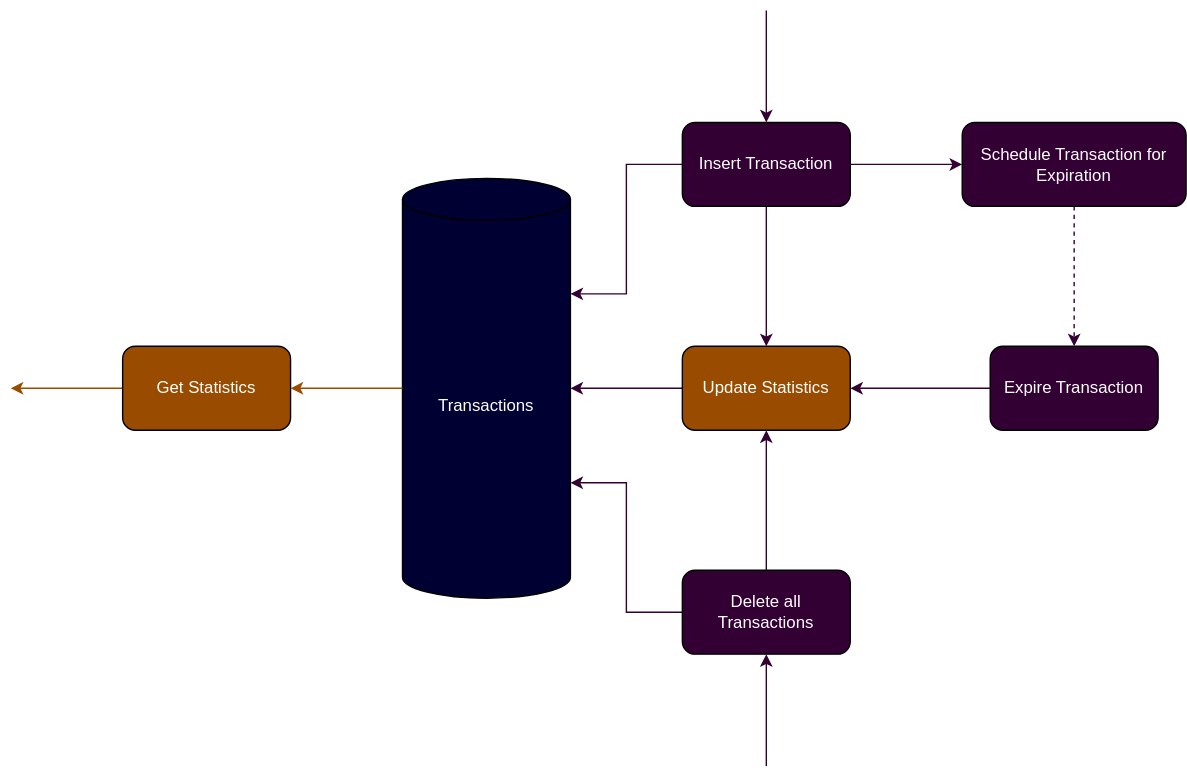
Before: docs/transaction.drawio.svg, a diagram exported from draw.io (Turao/n26-transactions). Source tidied: cells renumbered, new cells last; positions are measured from the earlier drawing's top-left corner, leaving out a move shared by most shapes.
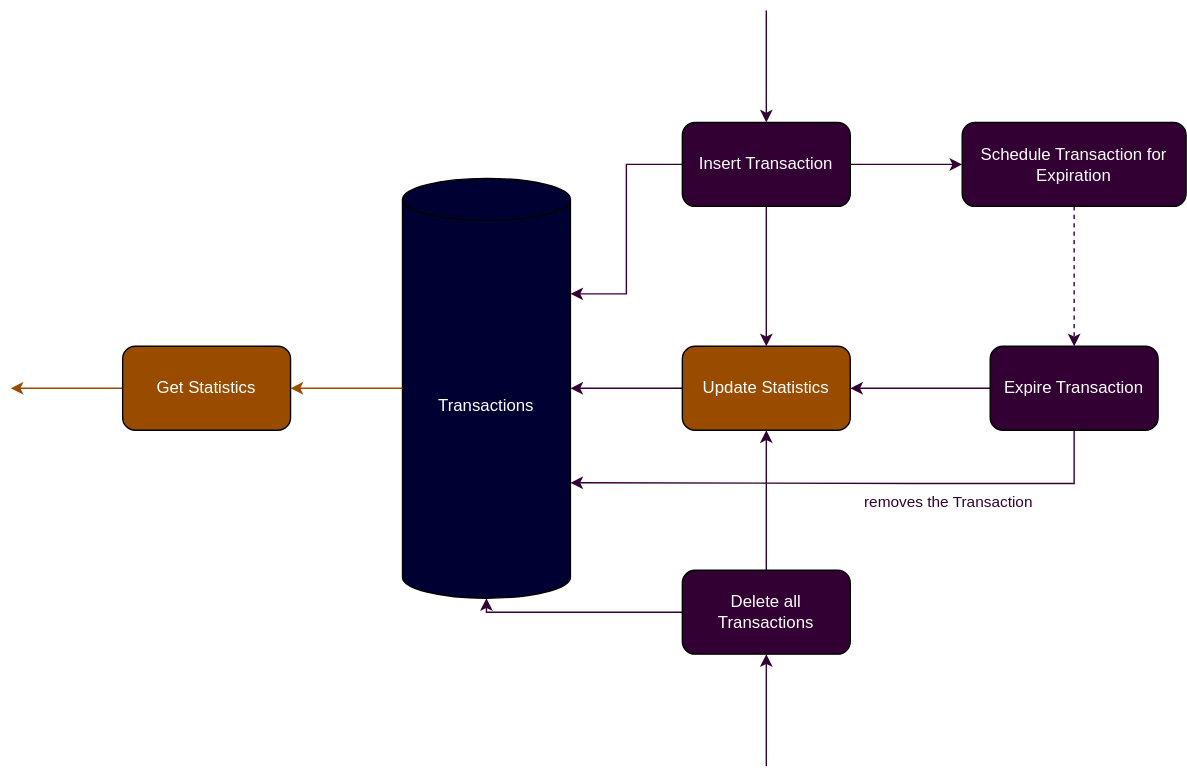
Above is the later version.

Commit message:
Mention that expired transactions get removed @ transaction diagram

Diff of the diagram source:
```diff
@@ -22,8 +22,12 @@
     <mxCell id="7" style="edgeStyle=orthogonalEdgeStyle;rounded=0;jettySize=auto;html=1;strokeColor=#330033;fontColor=#FFFFFF;" parent="1" edge="1" source="10" target="16">
       <mxGeometry relative="1" as="geometry" />
     </mxCell>
-    <mxCell id="8" style="edgeStyle=orthogonalEdgeStyle;rounded=0;jettySize=auto;html=1;strokeColor=#330033;entryX=1;entryY=0;entryDx=0;entryDy=217.5;entryPerimeter=0;fontColor=#FFFFFF;" parent="1" edge="1" source="10" target="17">
-      <mxGeometry relative="1" as="geometry" />
+    <mxCell id="8" style="edgeStyle=orthogonalEdgeStyle;rounded=0;jettySize=auto;html=1;strokeColor=#330033;fontColor=#FFFFFF;entryX=0.5;entryY=1;entryDx=0;entryDy=0;entryPerimeter=0;" parent="1" edge="1" source="10" target="17">
+      <mxGeometry relative="1" as="geometry">
+        <Array as="points">
+          <mxPoint x="340" y="430" />
+        </Array>
+      </mxGeometry>
     </mxCell>
     <mxCell id="9" style="edgeStyle=orthogonalEdgeStyle;rounded=0;jettySize=auto;html=1;startArrow=classic;startFill=1;endArrow=none;endFill=0;strokeColor=#330033;fontColor=#FFFFFF;" parent="1" edge="1" source="10">
       <mxGeometry relative="1" as="geometry">
@@ -36,6 +40,19 @@
     <mxCell id="11" style="edgeStyle=orthogonalEdgeStyle;rounded=0;jettySize=auto;html=1;strokeColor=#330033;entryX=1;entryY=0.5;entryDx=0;entryDy=0;fontColor=#FFFFFF;" parent="1" edge="1" source="12" target="16">
       <mxGeometry relative="1" as="geometry" />
     </mxCell>
+    <mxCell id="21" style="edgeStyle=orthogonalEdgeStyle;rounded=0;jettySize=auto;html=1;strokeColor=#330033;entryX=1;entryY=0;entryDx=0;entryDy=217.5;entryPerimeter=0;verticalAlign=middle;" parent="1" edge="1" source="12" target="17">
+      <mxGeometry relative="1" as="geometry">
+        <Array as="points">
+          <mxPoint x="760" y="338" />
+          <mxPoint x="650" y="338" />
+        </Array>
+      </mxGeometry>
+    </mxCell>
+    <mxCell id="22" value="removes the Transaction" style="edgeLabel;html=1;align=center;verticalAlign=middle;labelBackgroundColor=none;fontColor=#330033;" parent="21" vertex="1">
+      <mxGeometry x="-0.35" y="-1" relative="1" as="geometry">
+        <mxPoint y="13" as="offset" />
+      </mxGeometry>
+    </mxCell>
     <mxCell id="12" value="Expire Transaction" style="rounded=1;whiteSpace=wrap;html=1;fillColor=#330033;fontColor=#FFFFFF;" parent="1" vertex="1">
       <mxGeometry x="700" y="240" width="120" height="60" as="geometry" />
     </mxCell>
```
